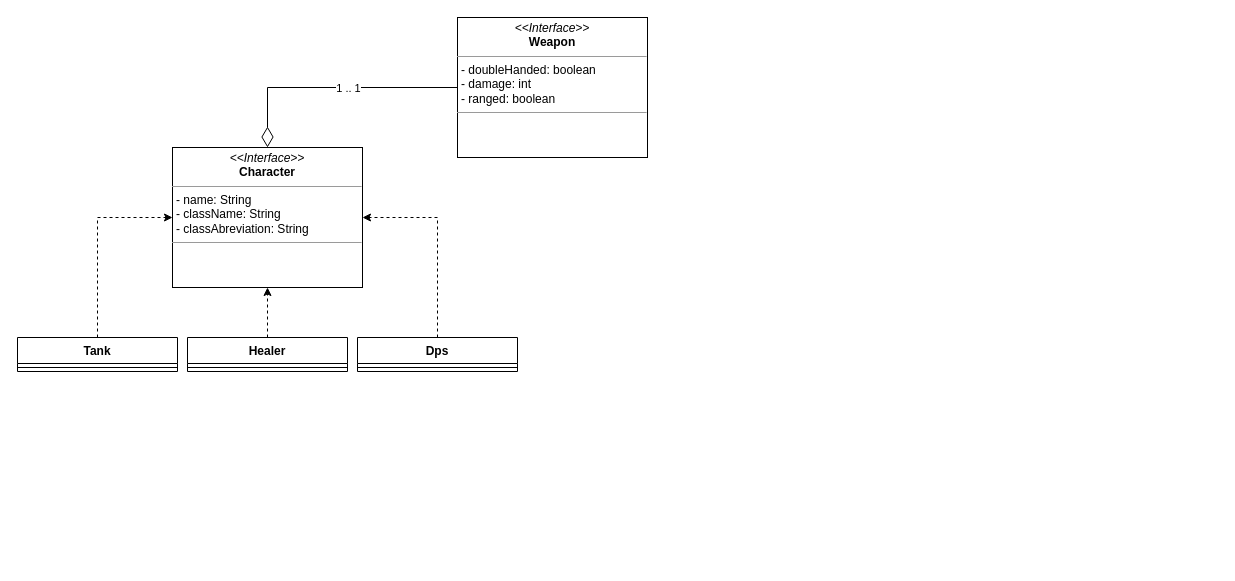
Above: page "RPG" (4 of 7) of diagramas.drawio in hannaBanannaOF/entra21-git-inicio (draw.io), before the change. Source tidied: cells renumbered, new cells numbered last; positions are measured from the earlier drawing's top-left corner, leaving out a move shared by most shapes. Both pictures are drawn from the tidied source at 100%, with x=0, y=0 at pixel (17, 17).
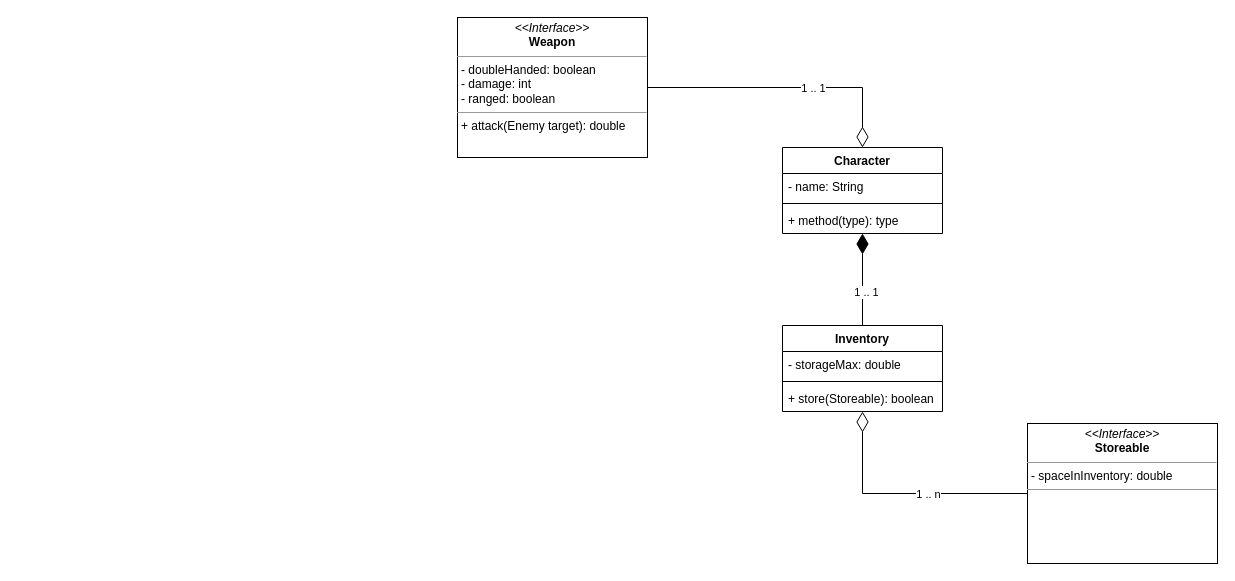
After the change.

Diff of the diagram source:
```diff
@@
 <mxGraphModel>
   <root>
     <mxCell id="0" />
     <mxCell id="1" parent="0" />
-    <mxCell id="2" style="edgeStyle=orthogonalEdgeStyle;rounded=0;jettySize=auto;html=1;exitX=0.5;exitY=0;exitDx=0;exitDy=0;entryX=0;entryY=0.5;entryDx=0;entryDy=0;dashed=1;" parent="1" edge="1" source="3" target="11">
-      <mxGeometry relative="1" as="geometry" />
-    </mxCell>
-    <mxCell id="3" value="Tank" style="swimlane;fontStyle=1;align=center;verticalAlign=top;horizontal=1;startSize=26;" parent="1" vertex="1">
-      <mxGeometry y="320" width="160" height="34" as="geometry" />
-    </mxCell>
-    <mxCell id="4" style="line;strokeWidth=1;fillColor=none;align=left;verticalAlign=middle;spacingTop=-1;spacingLeft=3;spacingRight=3;labelPosition=right;" parent="3" vertex="1">
-      <mxGeometry y="26" width="160" height="8" as="geometry" />
-    </mxCell>
-    <mxCell id="5" style="edgeStyle=orthogonalEdgeStyle;rounded=0;jettySize=auto;html=1;exitX=0.5;exitY=0;exitDx=0;exitDy=0;entryX=0.5;entryY=1;entryDx=0;entryDy=0;dashed=1;" parent="1" edge="1" source="6" target="11">
-      <mxGeometry relative="1" as="geometry" />
-    </mxCell>
-    <mxCell id="6" value="Healer" style="swimlane;fontStyle=1;align=center;verticalAlign=top;horizontal=1;startSize=26;" parent="1" vertex="1">
-      <mxGeometry x="170" y="320" width="160" height="34" as="geometry" />
-    </mxCell>
-    <mxCell id="7" style="line;strokeWidth=1;fillColor=none;align=left;verticalAlign=middle;spacingTop=-1;spacingLeft=3;spacingRight=3;labelPosition=right;" parent="6" vertex="1">
-      <mxGeometry y="26" width="160" height="8" as="geometry" />
-    </mxCell>
-    <mxCell id="8" style="edgeStyle=orthogonalEdgeStyle;rounded=0;jettySize=auto;html=1;exitX=0.5;exitY=0;exitDx=0;exitDy=0;entryX=1;entryY=0.5;entryDx=0;entryDy=0;dashed=1;" parent="1" edge="1" source="9" target="11">
-      <mxGeometry relative="1" as="geometry" />
-    </mxCell>
-    <mxCell id="9" value="Dps" style="swimlane;fontStyle=1;align=center;verticalAlign=top;horizontal=1;startSize=26;" parent="1" vertex="1">
-      <mxGeometry x="340" y="320" width="160" height="34" as="geometry" />
-    </mxCell>
-    <mxCell id="10" style="line;strokeWidth=1;fillColor=none;align=left;verticalAlign=middle;spacingTop=-1;spacingLeft=3;spacingRight=3;labelPosition=right;" parent="9" vertex="1">
-      <mxGeometry y="26" width="160" height="8" as="geometry" />
-    </mxCell>
-    <mxCell id="11" value="&lt;p style=&quot;margin:0px;margin-top:4px;text-align:center;&quot;&gt;&lt;i&gt;&amp;lt;&amp;lt;Interface&amp;gt;&amp;gt;&lt;/i&gt;&lt;br&gt;&lt;b&gt;Character&lt;/b&gt;&lt;/p&gt;&lt;hr size=&quot;1&quot;&gt;&lt;p style=&quot;margin:0px;margin-left:4px;&quot;&gt;- name: String&lt;/p&gt;&lt;p style=&quot;margin:0px;margin-left:4px;&quot;&gt;- className: String&lt;br&gt;- classAbreviation: String&lt;/p&gt;&lt;hr size=&quot;1&quot;&gt;&lt;p style=&quot;margin:0px;margin-left:4px;&quot;&gt;&lt;br&gt;&lt;/p&gt;" style="verticalAlign=top;align=left;overflow=fill;fontSize=12;fontFamily=Helvetica;html=1;" parent="1" vertex="1">
-      <mxGeometry x="155" y="130" width="190" height="140" as="geometry" />
-    </mxCell>
-    <mxCell id="12" style="edgeStyle=orthogonalEdgeStyle;rounded=0;jettySize=auto;html=1;exitX=0;exitY=0.5;exitDx=0;exitDy=0;entryX=0.5;entryY=0;entryDx=0;entryDy=0;endArrow=diamondThin;endFill=0;endSize=18;" parent="1" edge="1" source="14" target="11">
+    <mxCell id="12" style="edgeStyle=orthogonalEdgeStyle;rounded=0;jettySize=auto;html=1;exitX=1;exitY=0.5;exitDx=0;exitDy=0;entryX=0.5;entryY=0;entryDx=0;entryDy=0;endArrow=diamondThin;endFill=0;endSize=18;" parent="1" edge="1" source="14" target="15">
       <mxGeometry relative="1" as="geometry" />
     </mxCell>
     <mxCell id="13" value="1 .. 1" style="edgeLabel;html=1;align=center;verticalAlign=middle;" parent="12" vertex="1">
       <mxGeometry x="0.05" relative="1" as="geometry">
         <mxPoint x="21" as="offset" />
       </mxGeometry>
     </mxCell>
-    <mxCell id="14" value="&lt;p style=&quot;margin:0px;margin-top:4px;text-align:center;&quot;&gt;&lt;i&gt;&amp;lt;&amp;lt;Interface&amp;gt;&amp;gt;&lt;/i&gt;&lt;br&gt;&lt;b&gt;Weapon&lt;/b&gt;&lt;/p&gt;&lt;hr size=&quot;1&quot;&gt;&lt;p style=&quot;margin:0px;margin-left:4px;&quot;&gt;- doubleHanded: boolean&lt;br&gt;- damage: int&lt;/p&gt;&lt;p style=&quot;margin:0px;margin-left:4px;&quot;&gt;- ranged: boolean&lt;/p&gt;&lt;hr size=&quot;1&quot;&gt;&lt;p style=&quot;margin:0px;margin-left:4px;&quot;&gt;&lt;br&gt;&lt;/p&gt;" style="verticalAlign=top;align=left;overflow=fill;fontSize=12;fontFamily=Helvetica;html=1;" parent="1" vertex="1">
+    <mxCell id="14" value="&lt;p style=&quot;margin:0px;margin-top:4px;text-align:center;&quot;&gt;&lt;i&gt;&amp;lt;&amp;lt;Interface&amp;gt;&amp;gt;&lt;/i&gt;&lt;br&gt;&lt;b&gt;Weapon&lt;/b&gt;&lt;/p&gt;&lt;hr size=&quot;1&quot;&gt;&lt;p style=&quot;margin:0px;margin-left:4px;&quot;&gt;- doubleHanded: boolean&lt;br&gt;- damage: int&lt;/p&gt;&lt;p style=&quot;margin:0px;margin-left:4px;&quot;&gt;- ranged: boolean&lt;/p&gt;&lt;hr size=&quot;1&quot;&gt;&lt;p style=&quot;margin:0px;margin-left:4px;&quot;&gt;+ attack(Enemy target): double&lt;/p&gt;" style="verticalAlign=top;align=left;overflow=fill;fontSize=12;fontFamily=Helvetica;html=1;" parent="1" vertex="1">
       <mxGeometry x="440" width="190" height="140" as="geometry" />
     </mxCell>
+    <mxCell id="15" value="Character" style="swimlane;fontStyle=1;align=center;verticalAlign=top;horizontal=1;startSize=26;" parent="1" vertex="1">
+      <mxGeometry x="765" y="130" width="160" height="86" as="geometry" />
+    </mxCell>
+    <mxCell id="16" value="- name: String" style="text;strokeColor=none;fillColor=none;align=left;verticalAlign=top;spacingLeft=4;spacingRight=4;overflow=hidden;" parent="15" vertex="1">
+      <mxGeometry y="26" width="160" height="26" as="geometry" />
+    </mxCell>
+    <mxCell id="17" style="line;strokeWidth=1;fillColor=none;align=left;verticalAlign=middle;spacingTop=-1;spacingLeft=3;spacingRight=3;labelPosition=right;" parent="15" vertex="1">
+      <mxGeometry y="52" width="160" height="8" as="geometry" />
+    </mxCell>
+    <mxCell id="18" value="+ method(type): type" style="text;strokeColor=none;fillColor=none;align=left;verticalAlign=top;spacingLeft=4;spacingRight=4;overflow=hidden;" parent="15" vertex="1">
+      <mxGeometry y="60" width="160" height="26" as="geometry" />
+    </mxCell>
+    <mxCell id="19" style="edgeStyle=orthogonalEdgeStyle;rounded=0;jettySize=auto;html=1;exitX=0.5;exitY=0;exitDx=0;exitDy=0;endArrow=diamondThin;endFill=1;endSize=18;entryX=0.5;entryY=1;entryDx=0;entryDy=0;" parent="1" edge="1" source="21" target="15">
+      <mxGeometry relative="1" as="geometry" />
+    </mxCell>
+    <mxCell id="20" value="1 .. 1" style="edgeLabel;html=1;align=center;verticalAlign=middle;" parent="19" vertex="1">
+      <mxGeometry x="-0.27" y="-3" relative="1" as="geometry" />
+    </mxCell>
+    <mxCell id="21" value="Inventory" style="swimlane;fontStyle=1;align=center;verticalAlign=top;horizontal=1;startSize=26;" parent="1" vertex="1">
+      <mxGeometry x="765" y="308" width="160" height="86" as="geometry" />
+    </mxCell>
+    <mxCell id="22" value="- storageMax: double" style="text;strokeColor=none;fillColor=none;align=left;verticalAlign=top;spacingLeft=4;spacingRight=4;overflow=hidden;" parent="21" vertex="1">
+      <mxGeometry y="26" width="160" height="26" as="geometry" />
+    </mxCell>
+    <mxCell id="23" style="line;strokeWidth=1;fillColor=none;align=left;verticalAlign=middle;spacingTop=-1;spacingLeft=3;spacingRight=3;labelPosition=right;" parent="21" vertex="1">
+      <mxGeometry y="52" width="160" height="8" as="geometry" />
+    </mxCell>
+    <mxCell id="24" value="+ store(Storeable): boolean" style="text;strokeColor=none;fillColor=none;align=left;verticalAlign=top;spacingLeft=4;spacingRight=4;overflow=hidden;" parent="21" vertex="1">
+      <mxGeometry y="60" width="160" height="26" as="geometry" />
+    </mxCell>
+    <mxCell id="25" style="edgeStyle=orthogonalEdgeStyle;rounded=0;jettySize=auto;html=1;exitX=0;exitY=0.5;exitDx=0;exitDy=0;entryX=0.5;entryY=1;entryDx=0;entryDy=0;startArrow=none;startFill=0;endArrow=diamondThin;endFill=0;endSize=18;" parent="1" edge="1" source="27" target="21">
+      <mxGeometry relative="1" as="geometry" />
+    </mxCell>
+    <mxCell id="26" value="1 .. n" style="edgeLabel;html=1;align=center;verticalAlign=middle;" parent="25" vertex="1">
+      <mxGeometry x="-0.19" relative="1" as="geometry" />
+    </mxCell>
+    <mxCell id="27" value="&lt;p style=&quot;margin:0px;margin-top:4px;text-align:center;&quot;&gt;&lt;i&gt;&amp;lt;&amp;lt;Interface&amp;gt;&amp;gt;&lt;/i&gt;&lt;br&gt;&lt;b&gt;Storeable&lt;/b&gt;&lt;/p&gt;&lt;hr size=&quot;1&quot;&gt;&lt;p style=&quot;margin:0px;margin-left:4px;&quot;&gt;- spaceInInventory: double&lt;br&gt;&lt;/p&gt;&lt;hr size=&quot;1&quot;&gt;&lt;p style=&quot;margin:0px;margin-left:4px;&quot;&gt;&lt;br&gt;&lt;/p&gt;" style="verticalAlign=top;align=left;overflow=fill;fontSize=12;fontFamily=Helvetica;html=1;" parent="1" vertex="1">
+      <mxGeometry x="1010" y="406" width="190" height="140" as="geometry" />
+    </mxCell>
   </root>
 </mxGraphModel>
```
